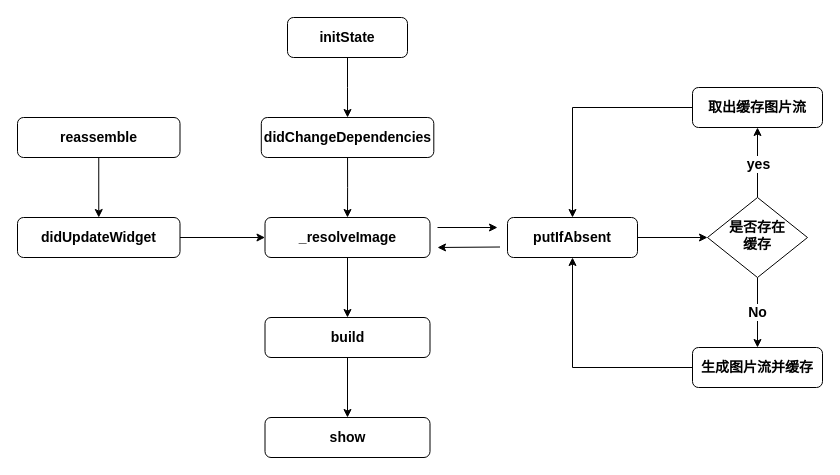
ShzMinato/Flutter keeps this draw.io diagram as flutter/binding/image_state.drawio. Above is the earlier version. Source tidied: cells renumbered, new cells numbered last; positions are measured from the earlier drawing's top-left corner, leaving out a move shared by most shapes. Both pictures are drawn from the tidied source at 100%, with x=0, y=0 at pixel (17, 17).
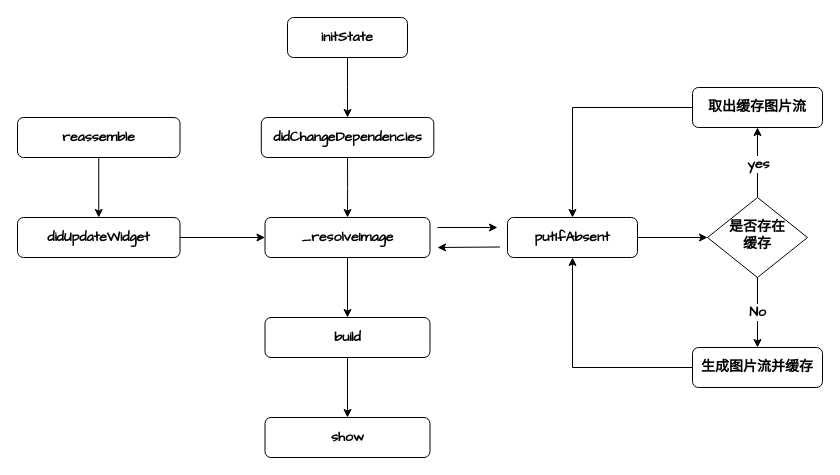
The same diagram, later.

What changed in the source:
```diff
@@
-    <mxCell id="2" style="edgeStyle=orthogonalEdgeStyle;rounded=0;jettySize=auto;html=1;exitX=0.5;exitY=1;exitDx=0;exitDy=0;entryX=0.5;entryY=0;entryDx=0;entryDy=0;fontStyle=1;fontSize=14;" parent="1" edge="1" source="3" target="5">
+    <mxCell id="2" style="edgeStyle=orthogonalEdgeStyle;rounded=0;jettySize=auto;html=1;exitX=0.5;exitY=1;exitDx=0;exitDy=0;entryX=0.5;entryY=0;entryDx=0;entryDy=0;fontStyle=1;fontSize=14;fontFamily=Comic Sans MS;" parent="1" edge="1" source="3" target="5">
       <mxGeometry relative="1" as="geometry" />
     </mxCell>
-    <mxCell id="3" value="initState" style="rounded=1;whiteSpace=wrap;html=1;fontStyle=1;fontSize=14;" parent="1" vertex="1">
+    <mxCell id="3" value="&lt;font&gt;initState&lt;/font&gt;" style="rounded=1;whiteSpace=wrap;html=1;fontStyle=1;fontSize=14;fontFamily=Comic Sans MS;" parent="1" vertex="1">
       <mxGeometry x="270" width="120" height="40" as="geometry" />
     </mxCell>
-    <mxCell id="4" style="edgeStyle=orthogonalEdgeStyle;rounded=0;jettySize=auto;html=1;exitX=0.5;exitY=1;exitDx=0;exitDy=0;fontStyle=1;fontSize=14;" parent="1" edge="1" source="5" target="14">
+    <mxCell id="4" style="edgeStyle=orthogonalEdgeStyle;rounded=0;jettySize=auto;html=1;exitX=0.5;exitY=1;exitDx=0;exitDy=0;fontStyle=1;fontSize=14;fontFamily=Comic Sans MS;" parent="1" edge="1" source="5" target="14">
       <mxGeometry relative="1" as="geometry" />
     </mxCell>
-    <mxCell id="5" value="didChangeDependencies" style="rounded=1;whiteSpace=wrap;html=1;fontStyle=1;fontSize=14;" parent="1" vertex="1">
+    <mxCell id="5" value="didChangeDependencies" style="rounded=1;whiteSpace=wrap;html=1;fontStyle=1;fontSize=14;fontFamily=Comic Sans MS;" parent="1" vertex="1">
       <mxGeometry x="243.8" y="100" width="172.5" height="40" as="geometry" />
     </mxCell>
-    <mxCell id="6" style="edgeStyle=orthogonalEdgeStyle;rounded=0;jettySize=auto;html=1;exitX=1;exitY=0.5;exitDx=0;exitDy=0;entryX=0;entryY=0.5;entryDx=0;entryDy=0;fontStyle=1;fontSize=14;" parent="1" edge="1" source="7" target="14">
+    <mxCell id="6" style="edgeStyle=orthogonalEdgeStyle;rounded=0;jettySize=auto;html=1;exitX=1;exitY=0.5;exitDx=0;exitDy=0;entryX=0;entryY=0.5;entryDx=0;entryDy=0;fontStyle=1;fontSize=14;fontFamily=Comic Sans MS;" parent="1" edge="1" source="7" target="14">
       <mxGeometry relative="1" as="geometry" />
     </mxCell>
-    <mxCell id="7" value="didUpdateWidget" style="rounded=1;whiteSpace=wrap;html=1;fontStyle=1;fontSize=14;" parent="1" vertex="1">
+    <mxCell id="7" value="didUpdateWidget" style="rounded=1;whiteSpace=wrap;html=1;fontStyle=1;fontSize=14;fontFamily=Comic Sans MS;" parent="1" vertex="1">
       <mxGeometry y="200" width="162.5" height="40" as="geometry" />
     </mxCell>
-    <mxCell id="8" style="edgeStyle=orthogonalEdgeStyle;rounded=0;jettySize=auto;html=1;exitX=0.5;exitY=1;exitDx=0;exitDy=0;entryX=0.5;entryY=0;entryDx=0;entryDy=0;fontStyle=1;fontSize=14;" parent="1" edge="1" source="9" target="7">
+    <mxCell id="8" style="edgeStyle=orthogonalEdgeStyle;rounded=0;jettySize=auto;html=1;exitX=0.5;exitY=1;exitDx=0;exitDy=0;entryX=0.5;entryY=0;entryDx=0;entryDy=0;fontStyle=1;fontSize=14;fontFamily=Comic Sans MS;" parent="1" edge="1" source="9" target="7">
       <mxGeometry relative="1" as="geometry" />
     </mxCell>
-    <mxCell id="9" value="reassemble" style="rounded=1;whiteSpace=wrap;html=1;fontStyle=1;fontSize=14;" parent="1" vertex="1">
+    <mxCell id="9" value="reassemble" style="rounded=1;whiteSpace=wrap;html=1;fontStyle=1;fontSize=14;fontFamily=Comic Sans MS;" parent="1" vertex="1">
       <mxGeometry y="100" width="162.5" height="40" as="geometry" />
     </mxCell>
-    <mxCell id="10" style="edgeStyle=orthogonalEdgeStyle;rounded=0;jettySize=auto;html=1;exitX=0.5;exitY=1;exitDx=0;exitDy=0;fontStyle=1;fontSize=14;" parent="1" edge="1" source="11" target="12">
+    <mxCell id="10" style="edgeStyle=orthogonalEdgeStyle;rounded=0;jettySize=auto;html=1;exitX=0.5;exitY=1;exitDx=0;exitDy=0;fontStyle=1;fontSize=14;fontFamily=Comic Sans MS;" parent="1" edge="1" source="11" target="12">
       <mxGeometry relative="1" as="geometry" />
     </mxCell>
-    <mxCell id="11" value="build" style="rounded=1;whiteSpace=wrap;html=1;fontStyle=1;fontSize=14;" parent="1" vertex="1">
+    <mxCell id="11" value="build" style="rounded=1;whiteSpace=wrap;html=1;fontStyle=1;fontSize=14;fontFamily=Comic Sans MS;" parent="1" vertex="1">
       <mxGeometry x="247.5" y="300" width="165" height="40" as="geometry" />
     </mxCell>
-    <mxCell id="12" value="show" style="rounded=1;whiteSpace=wrap;html=1;fontStyle=1;fontSize=14;" parent="1" vertex="1">
+    <mxCell id="12" value="show" style="rounded=1;whiteSpace=wrap;html=1;fontStyle=1;fontSize=14;fontFamily=Comic Sans MS;" parent="1" vertex="1">
       <mxGeometry x="247.5" y="400" width="165" height="40" as="geometry" />
     </mxCell>
-    <mxCell id="13" style="edgeStyle=orthogonalEdgeStyle;rounded=0;jettySize=auto;html=1;exitX=0.5;exitY=1;exitDx=0;exitDy=0;entryX=0.5;entryY=0;entryDx=0;entryDy=0;fontStyle=1;fontSize=14;" parent="1" edge="1" source="14" target="11">
+    <mxCell id="13" style="edgeStyle=orthogonalEdgeStyle;rounded=0;jettySize=auto;html=1;exitX=0.5;exitY=1;exitDx=0;exitDy=0;entryX=0.5;entryY=0;entryDx=0;entryDy=0;fontStyle=1;fontSize=14;fontFamily=Comic Sans MS;" parent="1" edge="1" source="14" target="11">
       <mxGeometry relative="1" as="geometry" />
     </mxCell>
-    <mxCell id="14" value="_resolveImage" style="rounded=1;whiteSpace=wrap;html=1;fontStyle=1;fontSize=14;" parent="1" vertex="1">
+    <mxCell id="14" value="_resolveImage" style="rounded=1;whiteSpace=wrap;html=1;fontStyle=1;fontSize=14;fontFamily=Comic Sans MS;" parent="1" vertex="1">
       <mxGeometry x="247.5" y="200" width="165" height="40" as="geometry" />
     </mxCell>
-    <mxCell id="15" style="edgeStyle=orthogonalEdgeStyle;rounded=0;jettySize=auto;html=1;exitX=1;exitY=0.5;exitDx=0;exitDy=0;entryX=0;entryY=0.5;entryDx=0;entryDy=0;fontStyle=1;fontSize=14;" parent="1" edge="1" source="16" target="20">
+    <mxCell id="15" style="edgeStyle=orthogonalEdgeStyle;rounded=0;jettySize=auto;html=1;exitX=1;exitY=0.5;exitDx=0;exitDy=0;entryX=0;entryY=0.5;entryDx=0;entryDy=0;fontStyle=1;fontSize=14;fontFamily=Comic Sans MS;" parent="1" edge="1" source="16" target="20">
       <mxGeometry relative="1" as="geometry" />
     </mxCell>
-    <mxCell id="16" value="putIfAbsent" style="rounded=1;whiteSpace=wrap;html=1;fontStyle=1;fontSize=14;" parent="1" vertex="1">
+    <mxCell id="16" value="putIfAbsent" style="rounded=1;whiteSpace=wrap;html=1;fontStyle=1;fontSize=14;fontFamily=Comic Sans MS;" parent="1" vertex="1">
       <mxGeometry x="490" y="200" width="130" height="40" as="geometry" />
     </mxCell>
-    <mxCell id="17" value="No" style="edgeStyle=orthogonalEdgeStyle;rounded=0;jettySize=auto;html=1;exitX=0.5;exitY=1;exitDx=0;exitDy=0;fontStyle=1;fontSize=14;" parent="1" edge="1" source="20">
+    <mxCell id="17" value="No" style="edgeStyle=orthogonalEdgeStyle;rounded=0;jettySize=auto;html=1;exitX=0.5;exitY=1;exitDx=0;exitDy=0;fontStyle=1;fontSize=14;fontFamily=Comic Sans MS;" parent="1" edge="1" source="20">
       <mxGeometry relative="1" as="geometry">
         <mxPoint x="740" y="330" as="targetPoint" />
       </mxGeometry>
     </mxCell>
-    <mxCell id="18" style="edgeStyle=orthogonalEdgeStyle;rounded=0;jettySize=auto;html=1;exitX=0.5;exitY=0;exitDx=0;exitDy=0;entryX=0.5;entryY=1;entryDx=0;entryDy=0;fontStyle=1;fontSize=14;" parent="1" edge="1" source="20" target="26">
+    <mxCell id="18" style="edgeStyle=orthogonalEdgeStyle;rounded=0;jettySize=auto;html=1;exitX=0.5;exitY=0;exitDx=0;exitDy=0;entryX=0.5;entryY=1;entryDx=0;entryDy=0;fontStyle=1;fontSize=14;fontFamily=Comic Sans MS;" parent="1" edge="1" source="20" target="26">
       <mxGeometry relative="1" as="geometry" />
     </mxCell>
-    <mxCell id="19" value="yes" style="edgeLabel;html=1;align=center;verticalAlign=middle;fontStyle=1;fontSize=14;" parent="18" vertex="1">
+    <mxCell id="19" value="yes" style="edgeLabel;html=1;align=center;verticalAlign=middle;fontStyle=1;fontSize=14;fontFamily=Comic Sans MS;" parent="18" vertex="1">
       <mxGeometry x="-0.03" relative="1" as="geometry" />
     </mxCell>
-    <mxCell id="20" value="是否存在&lt;br style=&quot;font-size: 14px;&quot;&gt;缓存" style="rhombus;whiteSpace=wrap;html=1;shadow=0;fontFamily=Helvetica;fontSize=14;align=center;strokeWidth=1;spacing=6;spacingTop=-4;fontStyle=1;" parent="1" vertex="1">
+    <mxCell id="20" value="是否存在&lt;br style=&quot;font-size: 14px;&quot;&gt;缓存" style="rhombus;whiteSpace=wrap;html=1;shadow=0;fontFamily=Comic Sans MS;fontSize=14;align=center;strokeWidth=1;spacing=6;spacingTop=-4;fontStyle=1;" parent="1" vertex="1">
       <mxGeometry x="690" y="180" width="100" height="80" as="geometry" />
     </mxCell>
-    <mxCell id="21" style="endArrow=classic;html=1;exitX=1;exitY=0;exitDx=0;exitDy=0;fontStyle=1;fontSize=14;" parent="1" edge="1">
+    <mxCell id="21" style="endArrow=classic;html=1;exitX=1;exitY=0;exitDx=0;exitDy=0;fontStyle=1;fontSize=14;fontFamily=Comic Sans MS;" parent="1" edge="1">
       <mxGeometry relative="1" as="geometry">
         <mxPoint x="482.5" y="229.5" as="sourcePoint" />
         <mxPoint x="420" y="230" as="targetPoint" />
       </mxGeometry>
     </mxCell>
-    <mxCell id="22" style="endArrow=classic;html=1;exitX=1;exitY=0;exitDx=0;exitDy=0;fontStyle=1;fontSize=14;" parent="1" edge="1">
+    <mxCell id="22" style="endArrow=classic;html=1;exitX=1;exitY=0;exitDx=0;exitDy=0;fontStyle=1;fontSize=14;fontFamily=Comic Sans MS;" parent="1" edge="1">
       <mxGeometry relative="1" as="geometry">
         <mxPoint x="420" y="210" as="sourcePoint" />
         <mxPoint x="480" y="210" as="targetPoint" />
       </mxGeometry>
     </mxCell>
-    <mxCell id="23" style="edgeStyle=orthogonalEdgeStyle;rounded=0;jettySize=auto;html=1;exitX=0;exitY=0.5;exitDx=0;exitDy=0;entryX=0.5;entryY=1;entryDx=0;entryDy=0;fontStyle=1;fontSize=14;" parent="1" edge="1" source="24" target="16">
+    <mxCell id="23" style="edgeStyle=orthogonalEdgeStyle;rounded=0;jettySize=auto;html=1;exitX=0;exitY=0.5;exitDx=0;exitDy=0;entryX=0.5;entryY=1;entryDx=0;entryDy=0;fontStyle=1;fontSize=14;fontFamily=Comic Sans MS;" parent="1" edge="1" source="24" target="16">
       <mxGeometry relative="1" as="geometry" />
     </mxCell>
-    <mxCell id="24" value="生成图片流并缓存" style="rounded=1;whiteSpace=wrap;html=1;fontStyle=1;fontSize=14;" parent="1" vertex="1">
+    <mxCell id="24" value="生成图片流并缓存" style="rounded=1;whiteSpace=wrap;html=1;fontStyle=1;fontSize=14;fontFamily=Comic Sans MS;" parent="1" vertex="1">
       <mxGeometry x="675" y="330" width="130" height="40" as="geometry" />
     </mxCell>
-    <mxCell id="25" style="edgeStyle=orthogonalEdgeStyle;rounded=0;jettySize=auto;html=1;exitX=0;exitY=0.5;exitDx=0;exitDy=0;entryX=0.5;entryY=0;entryDx=0;entryDy=0;fontStyle=1;fontSize=14;" parent="1" edge="1" source="26" target="16">
+    <mxCell id="25" style="edgeStyle=orthogonalEdgeStyle;rounded=0;jettySize=auto;html=1;exitX=0;exitY=0.5;exitDx=0;exitDy=0;entryX=0.5;entryY=0;entryDx=0;entryDy=0;fontStyle=1;fontSize=14;fontFamily=Comic Sans MS;" parent="1" edge="1" source="26" target="16">
       <mxGeometry relative="1" as="geometry" />
     </mxCell>
-    <mxCell id="26" value="取出缓存图片流" style="rounded=1;whiteSpace=wrap;html=1;fontStyle=1;fontSize=14;" parent="1" vertex="1">
+    <mxCell id="26" value="取出缓存图片流" style="rounded=1;whiteSpace=wrap;html=1;fontStyle=1;fontSize=14;fontFamily=Comic Sans MS;" parent="1" vertex="1">
       <mxGeometry x="675" y="70" width="130" height="40" as="geometry" />
     </mxCell>
```
